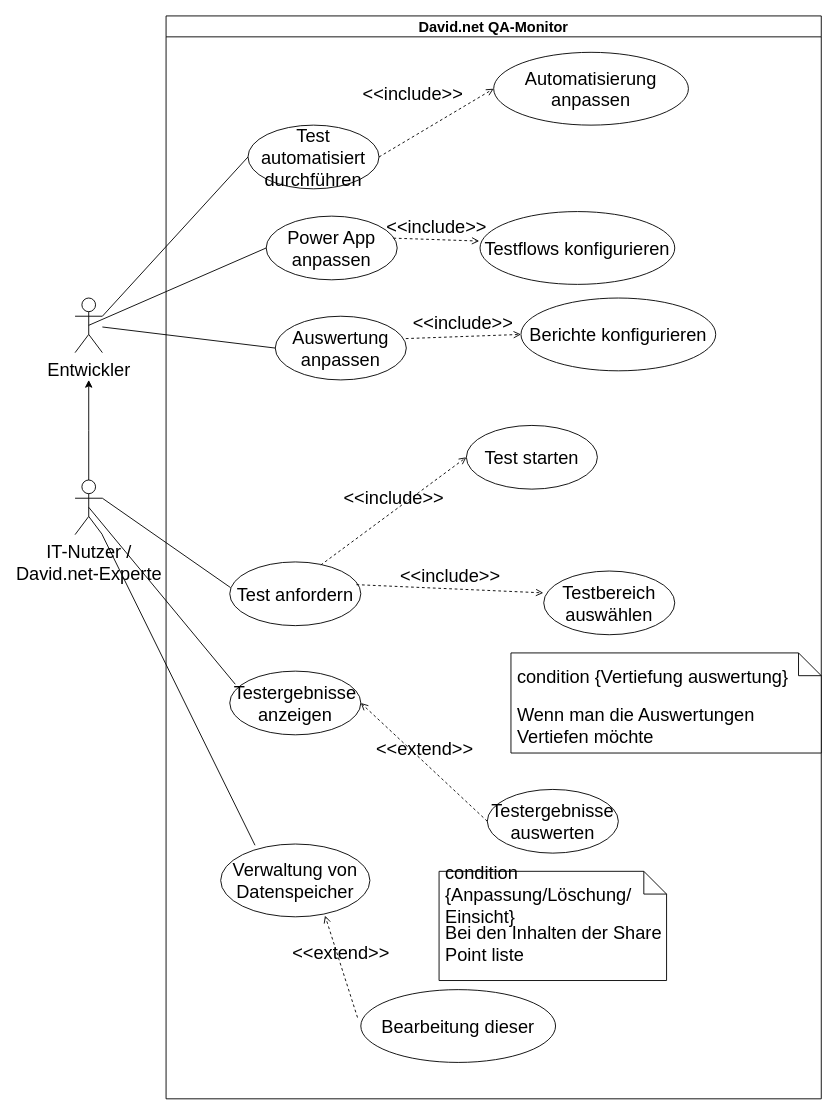
ZimmermannITNutzerLU/Diagramme keeps this draw.io diagram as page "Seite-21" (25 of 27) of Unbenanntes Diagramm.drawio. Above is the earlier version. Source tidied: cells renumbered, new cells numbered last; positions are measured from the earlier drawing's top-left corner, leaving out a move shared by most shapes. Both pictures are drawn from the tidied source at 91%, with x=0, y=0 at pixel (75, 15).
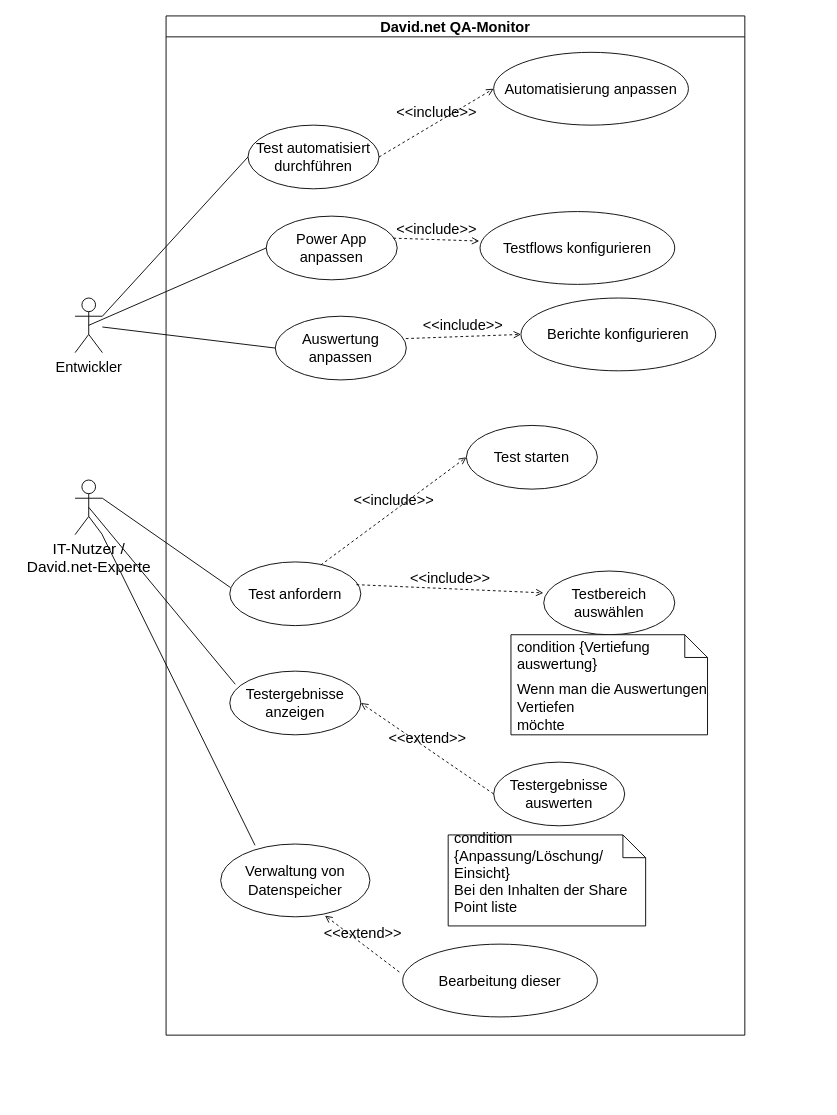
Above is the later version.

The edit, as a diff of the source:
```diff
@@
     <mxCell id="2" value="&lt;font style=&quot;font-size: 16px;&quot;&gt;David.net QA-Monitor&lt;/font&gt;" style="swimlane;whiteSpace=wrap;html=1;" parent="1" vertex="1">
-      <mxGeometry x="100" width="720" height="1190" as="geometry" />
+      <mxGeometry x="100" width="636" height="1120" as="geometry" />
     </mxCell>
-    <mxCell id="3" value="&lt;font&gt;Test automatisiert durchführen&lt;/font&gt;" style="ellipse;whiteSpace=wrap;html=1;fontSize=20;" parent="2" vertex="1">
+    <mxCell id="3" value="&lt;font style=&quot;font-size: 16px;&quot;&gt;Test automatisiert durchführen&lt;/font&gt;" style="ellipse;whiteSpace=wrap;html=1;" parent="2" vertex="1">
       <mxGeometry x="90" y="120" width="144" height="70" as="geometry" />
     </mxCell>
-    <mxCell id="4" value="&lt;font&gt;Test anfordern&lt;/font&gt;" style="ellipse;whiteSpace=wrap;html=1;fontSize=20;" parent="2" vertex="1">
+    <mxCell id="4" value="&lt;font style=&quot;font-size: 16px;&quot;&gt;Test anfordern&lt;/font&gt;" style="ellipse;whiteSpace=wrap;html=1;" parent="2" vertex="1">
       <mxGeometry x="70" y="600" width="144" height="70" as="geometry" />
     </mxCell>
-    <mxCell id="5" value="&lt;font&gt;Testbereich auswählen&lt;/font&gt;" style="ellipse;whiteSpace=wrap;html=1;fontSize=20;" parent="2" vertex="1">
+    <mxCell id="5" value="&lt;font style=&quot;font-size: 16px;&quot;&gt;Testbereich auswählen&lt;/font&gt;" style="ellipse;whiteSpace=wrap;html=1;" parent="2" vertex="1">
       <mxGeometry x="415" y="610" width="144" height="70" as="geometry" />
     </mxCell>
-    <mxCell id="6" value="&lt;font&gt;Test starten&lt;/font&gt;" style="ellipse;whiteSpace=wrap;html=1;fontSize=20;" parent="2" vertex="1">
+    <mxCell id="6" value="&lt;font style=&quot;font-size: 16px;&quot;&gt;Test starten&lt;/font&gt;" style="ellipse;whiteSpace=wrap;html=1;" parent="2" vertex="1">
       <mxGeometry x="330" y="450" width="144" height="70" as="geometry" />
     </mxCell>
-    <mxCell id="7" value="&lt;font&gt;&amp;lt;&amp;lt;include&amp;gt;&amp;gt;&lt;/font&gt;" style="html=1;verticalAlign=bottom;labelBackgroundColor=none;endArrow=open;endFill=0;dashed=1;rounded=0;entryX=0;entryY=0.5;entryDx=0;entryDy=0;exitX=0.694;exitY=0.049;exitDx=0;exitDy=0;exitPerimeter=0;fontSize=20;" parent="2" edge="1" source="4" target="6">
+    <mxCell id="7" value="&lt;font style=&quot;font-size: 16px;&quot;&gt;&amp;lt;&amp;lt;include&amp;gt;&amp;gt;&lt;/font&gt;" style="html=1;verticalAlign=bottom;labelBackgroundColor=none;endArrow=open;endFill=0;dashed=1;rounded=0;entryX=0;entryY=0.5;entryDx=0;entryDy=0;exitX=0.694;exitY=0.049;exitDx=0;exitDy=0;exitPerimeter=0;" parent="2" edge="1" source="4" target="6">
       <mxGeometry relative="1" as="geometry" />
     </mxCell>
-    <mxCell id="8" value="&lt;font&gt;&amp;lt;&amp;lt;include&amp;gt;&amp;gt;&lt;/font&gt;" style="html=1;verticalAlign=bottom;labelBackgroundColor=none;endArrow=open;endFill=0;dashed=1;rounded=0;exitX=0.967;exitY=0.357;exitDx=0;exitDy=0;exitPerimeter=0;entryX=-0.003;entryY=0.343;entryDx=0;entryDy=0;entryPerimeter=0;fontSize=20;" parent="2" edge="1" source="4" target="5">
+    <mxCell id="8" value="&lt;font style=&quot;font-size: 16px;&quot;&gt;&amp;lt;&amp;lt;include&amp;gt;&amp;gt;&lt;/font&gt;" style="html=1;verticalAlign=bottom;labelBackgroundColor=none;endArrow=open;endFill=0;dashed=1;rounded=0;exitX=0.967;exitY=0.357;exitDx=0;exitDy=0;exitPerimeter=0;entryX=-0.003;entryY=0.343;entryDx=0;entryDy=0;entryPerimeter=0;" parent="2" edge="1" source="4" target="5">
       <mxGeometry relative="1" as="geometry" />
     </mxCell>
-    <mxCell id="9" value="&lt;font&gt;Testergebnisse anzeigen&lt;/font&gt;" style="ellipse;whiteSpace=wrap;html=1;fontSize=20;" parent="2" vertex="1">
+    <mxCell id="9" value="&lt;font style=&quot;font-size: 16px;&quot;&gt;Testergebnisse anzeigen&lt;/font&gt;" style="ellipse;whiteSpace=wrap;html=1;" parent="2" vertex="1">
       <mxGeometry x="70" y="720" width="144" height="70" as="geometry" />
     </mxCell>
-    <mxCell id="10" value="&lt;font&gt;Verwaltung von Datenspeicher&lt;/font&gt;" style="ellipse;whiteSpace=wrap;html=1;fontSize=20;" parent="2" vertex="1">
+    <mxCell id="10" value="&lt;font style=&quot;font-size: 16px;&quot;&gt;Verwaltung von Datenspeicher&lt;/font&gt;" style="ellipse;whiteSpace=wrap;html=1;" parent="2" vertex="1">
       <mxGeometry x="60" y="910" width="164" height="80" as="geometry" />
     </mxCell>
-    <mxCell id="11" value="&lt;font&gt;Testergebnisse auswerten&lt;/font&gt;" style="ellipse;whiteSpace=wrap;html=1;fontSize=20;" parent="2" vertex="1">
-      <mxGeometry x="353" y="850" width="144" height="70" as="geometry" />
+    <mxCell id="11" value="&lt;font style=&quot;font-size: 16px;&quot;&gt;Testergebnisse auswerten&lt;/font&gt;" style="ellipse;whiteSpace=wrap;html=1;" parent="2" vertex="1">
+      <mxGeometry x="360" y="820" width="144" height="70" as="geometry" />
     </mxCell>
-    <mxCell id="12" value="&lt;font&gt;&amp;lt;&amp;lt;extend&amp;gt;&amp;gt;&lt;/font&gt;" style="html=1;verticalAlign=bottom;labelBackgroundColor=none;endArrow=open;endFill=0;dashed=1;rounded=0;entryX=1;entryY=0.5;entryDx=0;entryDy=0;exitX=0;exitY=0.5;exitDx=0;exitDy=0;fontSize=20;" parent="2" edge="1" source="11" target="9">
+    <mxCell id="12" value="&lt;font style=&quot;font-size: 16px;&quot;&gt;&amp;lt;&amp;lt;extend&amp;gt;&amp;gt;&lt;/font&gt;" style="html=1;verticalAlign=bottom;labelBackgroundColor=none;endArrow=open;endFill=0;dashed=1;rounded=0;entryX=1;entryY=0.5;entryDx=0;entryDy=0;exitX=0;exitY=0.5;exitDx=0;exitDy=0;" parent="2" edge="1" source="11" target="9">
       <mxGeometry relative="1" as="geometry" />
     </mxCell>
-    <mxCell id="13" value="&lt;font&gt;Bearbeitung dieser&lt;/font&gt;" style="ellipse;whiteSpace=wrap;html=1;fontSize=20;" parent="2" vertex="1">
-      <mxGeometry x="214" y="1070" width="214" height="80" as="geometry" />
+    <mxCell id="13" value="&lt;font style=&quot;font-size: 16px;&quot;&gt;Bearbeitung dieser&lt;/font&gt;" style="ellipse;whiteSpace=wrap;html=1;" parent="2" vertex="1">
+      <mxGeometry x="260" y="1020" width="214" height="80" as="geometry" />
     </mxCell>
-    <mxCell id="14" value="&lt;font&gt;&amp;lt;&amp;lt;extend&amp;gt;&amp;gt;&lt;/font&gt;" style="html=1;verticalAlign=bottom;labelBackgroundColor=none;endArrow=open;endFill=0;dashed=1;rounded=0;entryX=0.699;entryY=0.983;entryDx=0;entryDy=0;entryPerimeter=0;exitX=-0.017;exitY=0.383;exitDx=0;exitDy=0;exitPerimeter=0;fontSize=20;" parent="2" edge="1" source="13" target="10">
+    <mxCell id="14" value="&lt;font style=&quot;font-size: 16px;&quot;&gt;&amp;lt;&amp;lt;extend&amp;gt;&amp;gt;&lt;/font&gt;" style="html=1;verticalAlign=bottom;labelBackgroundColor=none;endArrow=open;endFill=0;dashed=1;rounded=0;entryX=0.699;entryY=0.983;entryDx=0;entryDy=0;entryPerimeter=0;exitX=-0.017;exitY=0.383;exitDx=0;exitDy=0;exitPerimeter=0;" parent="2" edge="1" source="13" target="10">
       <mxGeometry relative="1" as="geometry" />
     </mxCell>
-    <mxCell id="15" value="&lt;font&gt;Power App anpassen&lt;/font&gt;" style="ellipse;whiteSpace=wrap;html=1;fontSize=20;" parent="2" vertex="1">
+    <mxCell id="15" value="&lt;font style=&quot;font-size: 16px;&quot;&gt;Power App anpassen&lt;/font&gt;" style="ellipse;whiteSpace=wrap;html=1;" parent="2" vertex="1">
       <mxGeometry x="110" y="220" width="144" height="70" as="geometry" />
     </mxCell>
-    <mxCell id="16" value="&lt;font&gt;Automatisierung anpassen&lt;/font&gt;" style="ellipse;whiteSpace=wrap;html=1;fontSize=20;" parent="2" vertex="1">
+    <mxCell id="16" value="&lt;font style=&quot;font-size: 16px;&quot;&gt;Automatisierung anpassen&lt;/font&gt;" style="ellipse;whiteSpace=wrap;html=1;" parent="2" vertex="1">
       <mxGeometry x="360" y="40" width="214" height="80" as="geometry" />
     </mxCell>
-    <mxCell id="17" value="&lt;font&gt;&amp;lt;&amp;lt;include&amp;gt;&amp;gt;&lt;/font&gt;" style="html=1;verticalAlign=bottom;labelBackgroundColor=none;endArrow=open;endFill=0;dashed=1;rounded=0;entryX=0;entryY=0.5;entryDx=0;entryDy=0;exitX=1;exitY=0.5;exitDx=0;exitDy=0;fontSize=20;" parent="2" edge="1" source="3" target="16">
-      <mxGeometry x="-0.19" y="29" relative="1" as="geometry">
-        <mxPoint x="1" as="offset" />
-      </mxGeometry>
+    <mxCell id="17" value="&lt;font style=&quot;font-size: 16px;&quot;&gt;&amp;lt;&amp;lt;include&amp;gt;&amp;gt;&lt;/font&gt;" style="html=1;verticalAlign=bottom;labelBackgroundColor=none;endArrow=open;endFill=0;dashed=1;rounded=0;entryX=0;entryY=0.5;entryDx=0;entryDy=0;exitX=1;exitY=0.5;exitDx=0;exitDy=0;" parent="2" edge="1" source="3" target="16">
+      <mxGeometry relative="1" as="geometry" />
     </mxCell>
-    <mxCell id="18" value="&lt;font&gt;Testflows konfigurieren&lt;/font&gt;" style="ellipse;whiteSpace=wrap;html=1;fontSize=20;" parent="2" vertex="1">
+    <mxCell id="18" value="&lt;font style=&quot;font-size: 16px;&quot;&gt;Testflows konfigurieren&lt;/font&gt;" style="ellipse;whiteSpace=wrap;html=1;" parent="2" vertex="1">
       <mxGeometry x="345" y="215" width="214" height="80" as="geometry" />
     </mxCell>
-    <mxCell id="19" value="&lt;font&gt;&amp;lt;&amp;lt;include&amp;gt;&amp;gt;&lt;/font&gt;" style="html=1;verticalAlign=bottom;labelBackgroundColor=none;endArrow=open;endFill=0;dashed=1;rounded=0;entryX=-0.004;entryY=0.405;entryDx=0;entryDy=0;exitX=0.971;exitY=0.346;exitDx=0;exitDy=0;exitPerimeter=0;entryPerimeter=0;fontSize=20;" parent="2" edge="1" source="15" target="18">
+    <mxCell id="19" value="&lt;font style=&quot;font-size: 16px;&quot;&gt;&amp;lt;&amp;lt;include&amp;gt;&amp;gt;&lt;/font&gt;" style="html=1;verticalAlign=bottom;labelBackgroundColor=none;endArrow=open;endFill=0;dashed=1;rounded=0;entryX=-0.004;entryY=0.405;entryDx=0;entryDy=0;exitX=0.971;exitY=0.346;exitDx=0;exitDy=0;exitPerimeter=0;entryPerimeter=0;" parent="2" edge="1" source="15" target="18">
       <mxGeometry relative="1" as="geometry" />
     </mxCell>
-    <mxCell id="20" value="&lt;font&gt;Auswertung anpassen&lt;/font&gt;" style="ellipse;whiteSpace=wrap;html=1;fontSize=20;" parent="2" vertex="1">
+    <mxCell id="20" value="&lt;font style=&quot;font-size: 16px;&quot;&gt;Auswertung anpassen&lt;/font&gt;" style="ellipse;whiteSpace=wrap;html=1;" parent="2" vertex="1">
       <mxGeometry x="120" y="330" width="144" height="70" as="geometry" />
     </mxCell>
-    <mxCell id="21" value="&lt;font&gt;Berichte konfigurieren&lt;/font&gt;" style="ellipse;whiteSpace=wrap;html=1;fontSize=20;" parent="2" vertex="1">
+    <mxCell id="21" value="&lt;font style=&quot;font-size: 16px;&quot;&gt;Berichte konfigurieren&lt;/font&gt;" style="ellipse;whiteSpace=wrap;html=1;" parent="2" vertex="1">
       <mxGeometry x="390" y="310" width="214" height="80" as="geometry" />
     </mxCell>
-    <mxCell id="22" value="&lt;font&gt;&amp;lt;&amp;lt;include&amp;gt;&amp;gt;&lt;/font&gt;" style="html=1;verticalAlign=bottom;labelBackgroundColor=none;endArrow=open;endFill=0;dashed=1;rounded=0;exitX=0.996;exitY=0.351;exitDx=0;exitDy=0;exitPerimeter=0;entryX=0;entryY=0.5;entryDx=0;entryDy=0;fontSize=20;" parent="2" edge="1" source="20" target="21">
+    <mxCell id="22" value="&lt;font style=&quot;font-size: 16px;&quot;&gt;&amp;lt;&amp;lt;include&amp;gt;&amp;gt;&lt;/font&gt;" style="html=1;verticalAlign=bottom;labelBackgroundColor=none;endArrow=open;endFill=0;dashed=1;rounded=0;exitX=0.996;exitY=0.351;exitDx=0;exitDy=0;exitPerimeter=0;entryX=0;entryY=0.5;entryDx=0;entryDy=0;" parent="2" edge="1" source="20" target="21">
       <mxGeometry relative="1" as="geometry" />
     </mxCell>
-    <mxCell id="23" value="&lt;div&gt;&lt;font&gt;&lt;br&gt;&lt;/font&gt;&lt;/div&gt;&lt;div&gt;&lt;font&gt;Bei den Inhalten der Share Point liste&amp;nbsp;&lt;/font&gt;&lt;/div&gt;" style="shape=note2;boundedLbl=1;whiteSpace=wrap;html=1;size=25;verticalAlign=top;align=left;spacingLeft=5;fontSize=20;" parent="2" vertex="1">
-      <mxGeometry x="300" y="940" width="250" height="120" as="geometry" />
+    <mxCell id="23" value="&lt;div&gt;&lt;font style=&quot;font-size: 16px;&quot;&gt;&lt;br&gt;&lt;/font&gt;&lt;/div&gt;&lt;div&gt;&lt;font style=&quot;font-size: 16px;&quot;&gt;Bei den Inhalten der Share Point liste&amp;nbsp;&lt;/font&gt;&lt;/div&gt;" style="shape=note2;boundedLbl=1;whiteSpace=wrap;html=1;size=25;verticalAlign=top;align=left;spacingLeft=5;" parent="2" vertex="1">
+      <mxGeometry x="310" y="900" width="217" height="100" as="geometry" />
     </mxCell>
-    <mxCell id="24" value="&lt;div&gt;&lt;font&gt;&lt;br&gt;&lt;/font&gt;&lt;/div&gt;&lt;div&gt;&lt;font&gt;condition {Anpassung/Löschung/ Einsicht}&lt;/font&gt;&lt;/div&gt;" style="strokeColor=none;fillColor=none;align=left;spacingLeft=5;whiteSpace=wrap;html=1;fontSize=20;" parent="23" vertex="1">
-      <mxGeometry width="250" height="25" relative="1" as="geometry" />
+    <mxCell id="24" value="&lt;div&gt;&lt;font style=&quot;font-size: 16px;&quot;&gt;&lt;br&gt;&lt;/font&gt;&lt;/div&gt;&lt;div&gt;&lt;font style=&quot;font-size: 16px;&quot;&gt;condition {Anpassung/Löschung/ Einsicht}&lt;/font&gt;&lt;/div&gt;" style="strokeColor=none;fillColor=none;align=left;spacingLeft=5;whiteSpace=wrap;html=1;" parent="23" vertex="1">
+      <mxGeometry width="217" height="25" relative="1" as="geometry" />
     </mxCell>
-    <mxCell id="25" value="&lt;div&gt;&lt;font&gt;&lt;br&gt;&lt;/font&gt;&lt;/div&gt;&lt;div&gt;&lt;font&gt;Wenn man die Auswertungen Vertiefen möchte&lt;/font&gt;&lt;/div&gt;" style="shape=note2;boundedLbl=1;whiteSpace=wrap;html=1;size=25;verticalAlign=top;align=left;spacingLeft=5;fontSize=20;" parent="2" vertex="1">
-      <mxGeometry x="379" y="700" width="341" height="110" as="geometry" />
+    <mxCell id="25" value="&lt;div&gt;&lt;font style=&quot;font-size: 16px;&quot;&gt;&lt;br&gt;&lt;/font&gt;&lt;/div&gt;&lt;div&gt;&lt;font style=&quot;font-size: 16px;&quot;&gt;Wenn man die Auswertungen Vertiefen&lt;/font&gt;&lt;/div&gt;&lt;div&gt;&lt;font style=&quot;font-size: 16px;&quot;&gt;möchte&lt;/font&gt;&lt;/div&gt;" style="shape=note2;boundedLbl=1;whiteSpace=wrap;html=1;size=25;verticalAlign=top;align=left;spacingLeft=5;" parent="2" vertex="1">
+      <mxGeometry x="379" y="680" width="216" height="110" as="geometry" />
     </mxCell>
-    <mxCell id="26" value="&lt;div&gt;&lt;font&gt;&lt;br&gt;&lt;/font&gt;&lt;/div&gt;&lt;div&gt;&lt;font&gt;condition {Vertiefung auswertung}&lt;/font&gt;&lt;/div&gt;" style="strokeColor=none;fillColor=none;align=left;spacingLeft=5;whiteSpace=wrap;html=1;fontSize=20;" parent="25" vertex="1">
-      <mxGeometry width="341" height="25" relative="1" as="geometry" />
+    <mxCell id="26" value="&lt;div&gt;&lt;font style=&quot;font-size: 16px;&quot;&gt;&lt;br&gt;&lt;/font&gt;&lt;/div&gt;&lt;div&gt;&lt;font style=&quot;font-size: 16px;&quot;&gt;condition {Vertiefung auswertung}&lt;/font&gt;&lt;/div&gt;" style="strokeColor=none;fillColor=none;align=left;spacingLeft=5;whiteSpace=wrap;html=1;" parent="25" vertex="1">
+      <mxGeometry width="216" height="25" relative="1" as="geometry" />
     </mxCell>
-    <mxCell id="27" style="edgeStyle=orthogonalEdgeStyle;rounded=0;jettySize=auto;html=1;fontSize=20;" parent="1" edge="1" source="28">
-      <mxGeometry relative="1" as="geometry">
-        <mxPoint x="15" y="400" as="targetPoint" />
-      </mxGeometry>
-    </mxCell>
-    <mxCell id="28" value="&lt;font&gt;IT-Nutzer /&lt;/font&gt;&lt;div&gt;&lt;font&gt;David.net-Experte&lt;/font&gt;&lt;/div&gt;" style="shape=umlActor;verticalLabelPosition=bottom;verticalAlign=top;html=1;outlineConnect=0;fontSize=20;" parent="1" vertex="1">
+    <mxCell id="28" value="&lt;font style=&quot;font-size: 17px;&quot;&gt;IT-Nutzer /&lt;/font&gt;&lt;div&gt;&lt;font style=&quot;font-size: 17px;&quot;&gt;David.net-Experte&lt;/font&gt;&lt;/div&gt;" style="shape=umlActor;verticalLabelPosition=bottom;verticalAlign=top;html=1;outlineConnect=0;" parent="1" vertex="1">
       <mxGeometry y="510" width="30" height="60" as="geometry" />
     </mxCell>
-    <mxCell id="29" value="&lt;font&gt;Entwickler&lt;/font&gt;" style="shape=umlActor;verticalLabelPosition=bottom;verticalAlign=top;html=1;outlineConnect=0;fontSize=20;" parent="1" vertex="1">
+    <mxCell id="29" value="&lt;font style=&quot;font-size: 16px;&quot;&gt;Entwickler&lt;/font&gt;" style="shape=umlActor;verticalLabelPosition=bottom;verticalAlign=top;html=1;outlineConnect=0;" parent="1" vertex="1">
       <mxGeometry y="310" width="30" height="60" as="geometry" />
     </mxCell>
-    <mxCell id="30" style="endArrow=none;html=1;rounded=0;entryX=0.006;entryY=0.403;entryDx=0;entryDy=0;entryPerimeter=0;exitX=1;exitY=0.3333333333333333;exitDx=0;exitDy=0;exitPerimeter=0;fontSize=20;" parent="1" edge="1" source="28" target="4">
+    <mxCell id="30" style="endArrow=none;html=1;rounded=0;entryX=0.006;entryY=0.403;entryDx=0;entryDy=0;entryPerimeter=0;exitX=1;exitY=0.3333333333333333;exitDx=0;exitDy=0;exitPerimeter=0;" parent="1" edge="1" source="28" target="4">
       <mxGeometry relative="1" as="geometry" />
     </mxCell>
-    <mxCell id="31" style="endArrow=none;html=1;rounded=0;entryX=0.042;entryY=0.206;entryDx=0;entryDy=0;entryPerimeter=0;exitX=0.5;exitY=0.5;exitDx=0;exitDy=0;exitPerimeter=0;fontSize=20;" parent="1" edge="1" source="28" target="9">
+    <mxCell id="31" style="endArrow=none;html=1;rounded=0;entryX=0.042;entryY=0.206;entryDx=0;entryDy=0;entryPerimeter=0;exitX=0.5;exitY=0.5;exitDx=0;exitDy=0;exitPerimeter=0;" parent="1" edge="1" source="28" target="9">
       <mxGeometry relative="1" as="geometry" />
     </mxCell>
-    <mxCell id="32" style="endArrow=none;html=1;rounded=0;entryX=0;entryY=0.5;entryDx=0;entryDy=0;exitX=1;exitY=0.3333333333333333;exitDx=0;exitDy=0;exitPerimeter=0;fontSize=20;" parent="1" edge="1" source="29" target="3">
+    <mxCell id="32" style="endArrow=none;html=1;rounded=0;entryX=0;entryY=0.5;entryDx=0;entryDy=0;exitX=1;exitY=0.3333333333333333;exitDx=0;exitDy=0;exitPerimeter=0;" parent="1" edge="1" source="29" target="3">
       <mxGeometry relative="1" as="geometry" />
     </mxCell>
-    <mxCell id="33" style="endArrow=none;html=1;rounded=0;entryX=0;entryY=0.5;entryDx=0;entryDy=0;exitX=0.5;exitY=0.5;exitDx=0;exitDy=0;exitPerimeter=0;fontSize=20;" parent="1" edge="1" source="29" target="15">
+    <mxCell id="33" style="endArrow=none;html=1;rounded=0;entryX=0;entryY=0.5;entryDx=0;entryDy=0;exitX=0.5;exitY=0.5;exitDx=0;exitDy=0;exitPerimeter=0;" parent="1" edge="1" source="29" target="15">
       <mxGeometry relative="1" as="geometry" />
     </mxCell>
-    <mxCell id="34" style="endArrow=none;html=1;rounded=0;entryX=0;entryY=0.5;entryDx=0;entryDy=0;fontSize=20;" parent="1" edge="1" source="29" target="20">
+    <mxCell id="34" style="endArrow=none;html=1;rounded=0;entryX=0;entryY=0.5;entryDx=0;entryDy=0;" parent="1" edge="1" source="29" target="20">
       <mxGeometry relative="1" as="geometry" />
     </mxCell>
-    <mxCell id="35" style="endArrow=none;html=1;rounded=0;entryX=0.23;entryY=0.017;entryDx=0;entryDy=0;entryPerimeter=0;fontSize=20;" parent="1" edge="1" source="28" target="10">
+    <mxCell id="35" style="endArrow=none;html=1;rounded=0;entryX=0.23;entryY=0.017;entryDx=0;entryDy=0;entryPerimeter=0;" parent="1" edge="1" source="28" target="10">
       <mxGeometry relative="1" as="geometry" />
     </mxCell>
```
